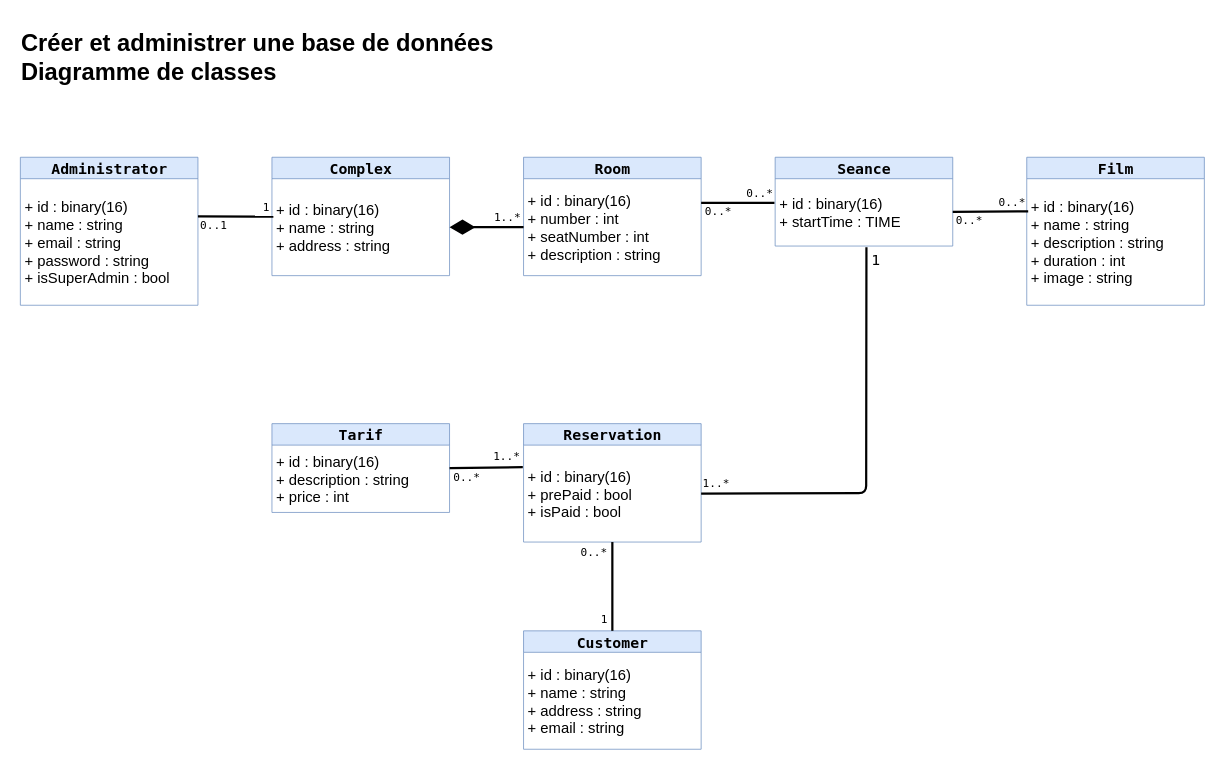
Before: Diagramme de classes.drawio in CJiwan68/Evaluation-Studi---Cr-er-et-administrer-une-base-donn-es, a draw.io diagram. Source tidied: cells renumbered, new cells numbered last; positions are measured from the earlier drawing's top-left corner, leaving out a move shared by most shapes. Both pictures are drawn from the tidied source at 74%, with x=0, y=0 at pixel (13, 24).
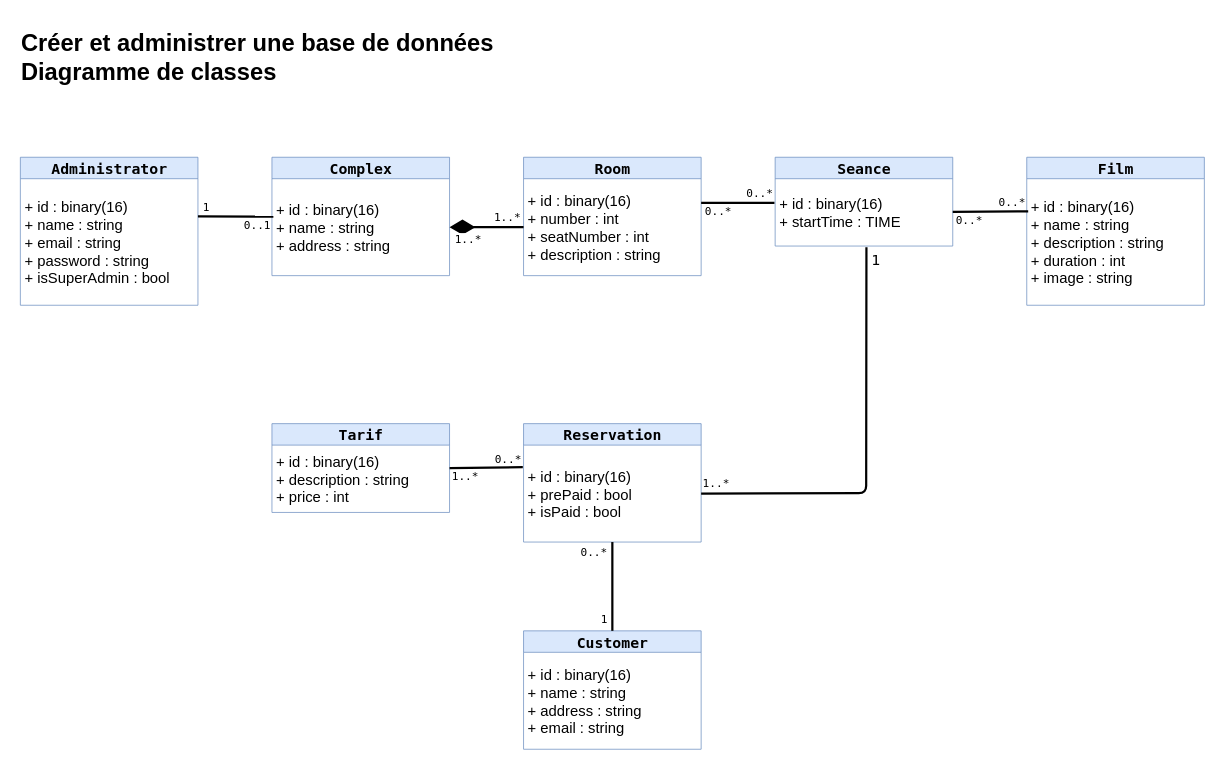
After the change.

Commit message (it also covers changes not shown here):
Fin Création des tables

The change refers to these unchanged cells:
```xml
<mxCell id="24" style="endArrow=none;startArrow=none;endFill=0;startFill=0;endSize=8;html=1;verticalAlign=bottom;labelBackgroundColor=none;strokeWidth=3;rounded=1;shadow=0;sketch=0;fontFamily=Lucida Console;fontSize=20;entryX=-0.004;entryY=0.228;entryDx=0;entryDy=0;entryPerimeter=0;" parent="1" edge="1" target="15">
  <mxGeometry relative="1" as="geometry">
    <mxPoint x="590" y="600" as="sourcePoint" />
  </mxGeometry>
</mxCell>
<mxCell id="33" style="endArrow=none;startArrow=none;endFill=0;startFill=0;endSize=8;html=1;verticalAlign=bottom;labelBackgroundColor=none;strokeWidth=3;rounded=1;shadow=0;sketch=0;fontFamily=Lucida Console;fontSize=15;exitX=1;exitY=0.298;exitDx=0;exitDy=0;exitPerimeter=0;entryX=0.008;entryY=0.391;entryDx=0;entryDy=0;entryPerimeter=0;" parent="1" edge="1" source="3" target="5">
  <mxGeometry relative="1" as="geometry" />
</mxCell>
```

Diff of the diagram source:
```diff
@@
     <mxCell id="25" value="1..*" style="edgeLabel;html=1;align=center;verticalAlign=middle;fontSize=15;fontFamily=Lucida Console;" parent="24" vertex="1">
       <mxGeometry x="0.65" relative="1" as="geometry">
-        <mxPoint x="-5" y="-16" as="offset" />
+        <mxPoint x="-61" y="11" as="offset" />
       </mxGeometry>
     </mxCell>
     <mxCell id="26" value="0..*" style="edgeLabel;html=1;align=center;verticalAlign=middle;fontSize=15;fontFamily=Lucida Console;" parent="24" vertex="1">
       <mxGeometry x="-0.7" y="-6" relative="1" as="geometry">
-        <mxPoint x="7" y="6" as="offset" />
+        <mxPoint x="63" y="-19" as="offset" />
       </mxGeometry>
     </mxCell>
@@
     <mxCell id="34" value="0..1" style="edgeLabel;html=1;align=center;verticalAlign=middle;fontSize=15;fontFamily=Lucida Console;" parent="33" vertex="1">
       <mxGeometry x="-0.54" y="-2" relative="1" as="geometry">
-        <mxPoint x="-2" y="9" as="offset" />
+        <mxPoint x="57" y="9" as="offset" />
       </mxGeometry>
     </mxCell>
     <mxCell id="35" value="1" style="edgeLabel;html=1;align=center;verticalAlign=middle;fontSize=15;fontFamily=Lucida Console;" parent="33" vertex="1">
       <mxGeometry x="0.63" y="1" relative="1" as="geometry">
-        <mxPoint x="8" y="-13" as="offset" />
+        <mxPoint x="-73" y="-13" as="offset" />
       </mxGeometry>
     </mxCell>
@@
+    <mxCell id="39" value="1..*" style="edgeLabel;html=1;align=center;verticalAlign=middle;fontSize=15;fontFamily=Lucida Console;" parent="1" vertex="1">
+      <mxGeometry x="670" y="260" as="geometry">
+        <mxPoint x="-56" y="30" as="offset" />
+      </mxGeometry>
+    </mxCell>
```
